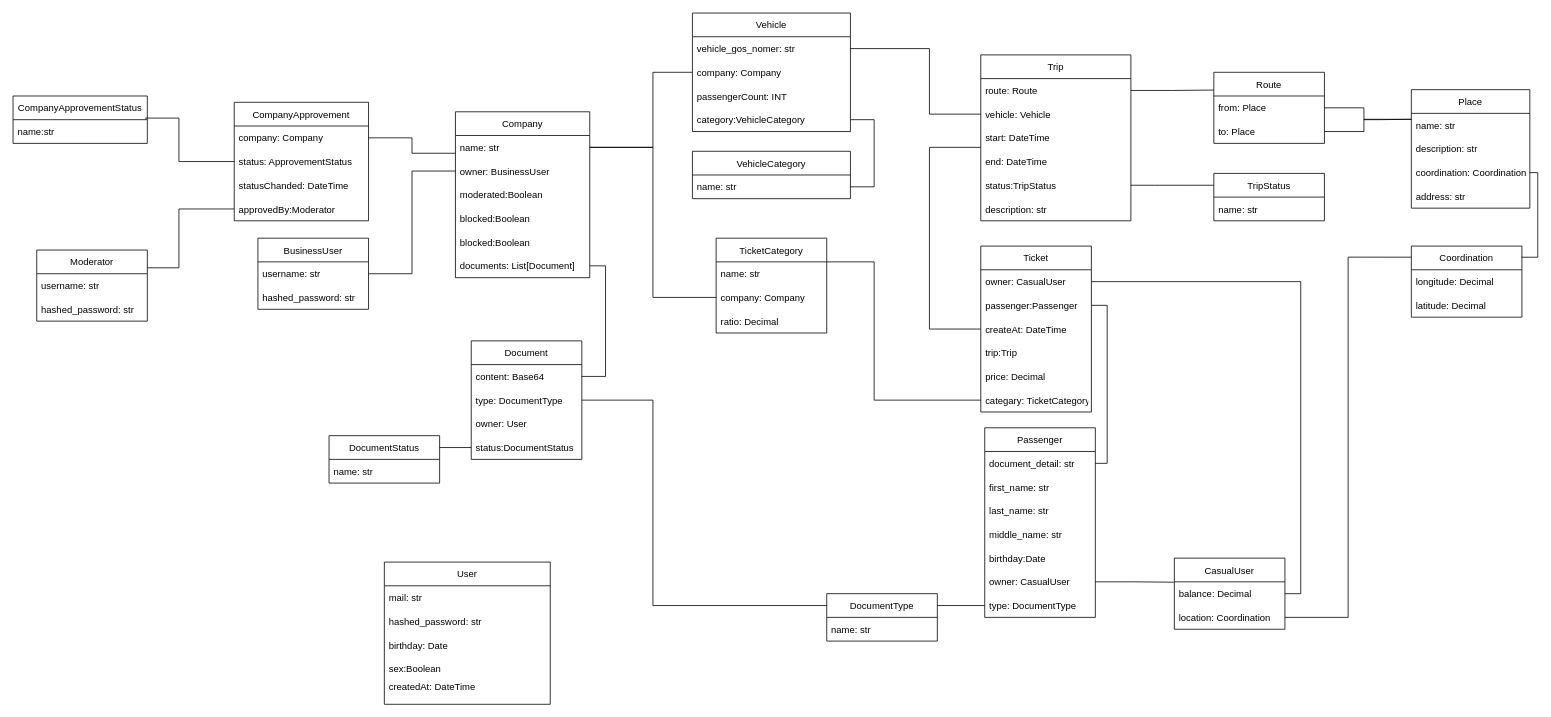
Before: VehicleAggModels.drawio in vehicle-aggregator/docs, a draw.io diagram. Source tidied: cells renumbered, new cells numbered last; positions are measured from the earlier drawing's top-left corner, leaving out a move shared by most shapes. Both pictures are drawn from the tidied source at 79%, with x=0, y=0 at pixel (13, 13).
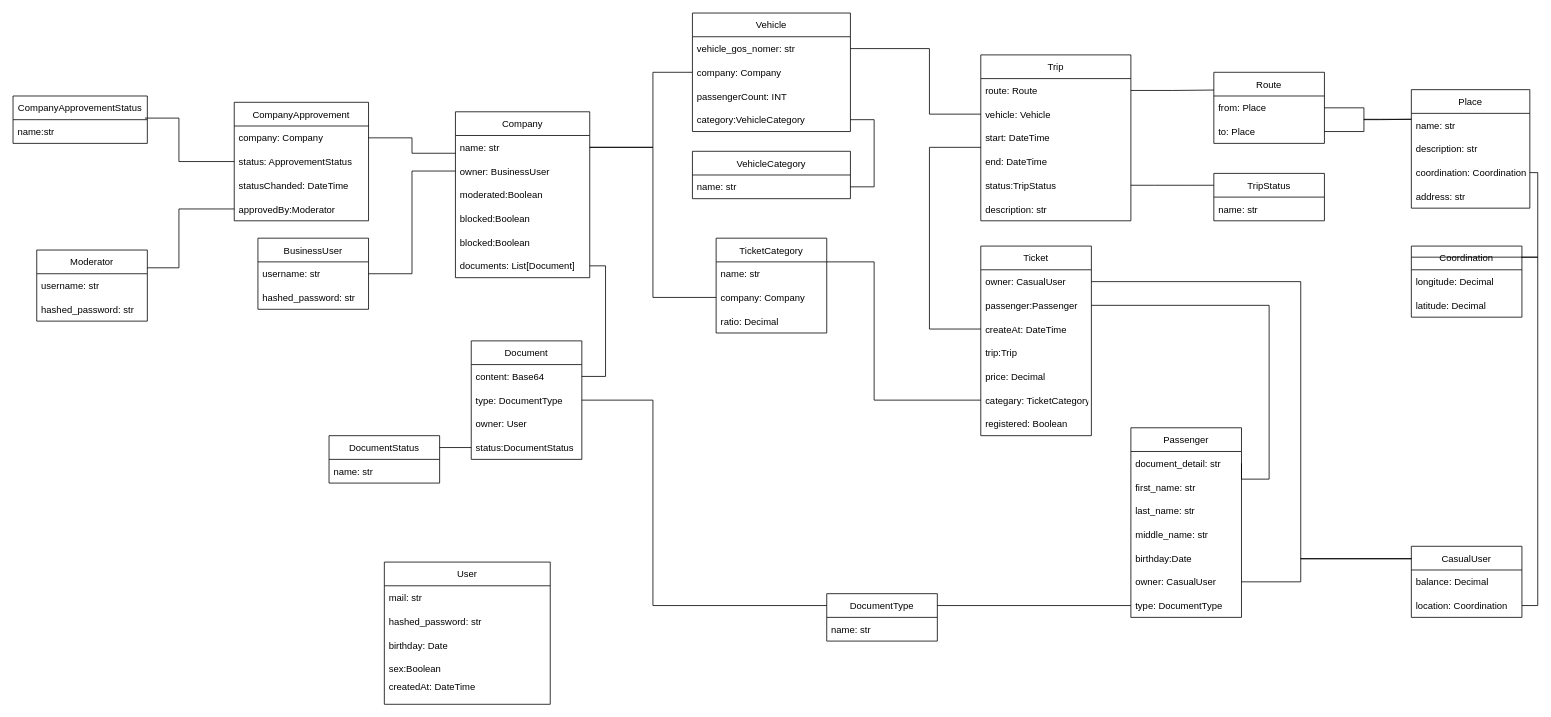
The same diagram, later.

Commit message:
Added registration to the tips (drawio)

Unchanged cells that the change refers to:
```xml
<mxCell id="55" value="balance: Decimal" style="text;strokeColor=none;fillColor=none;align=left;verticalAlign=middle;spacingLeft=4;spacingRight=4;overflow=hidden;points=[[0,0.5],[1,0.5]];portConstraint=eastwest;" parent="54" vertex="1">
  <mxGeometry y="30" width="140" height="30" as="geometry" />
</mxCell>
<mxCell id="56" value="location: Coordination" style="text;strokeColor=none;fillColor=none;align=left;verticalAlign=middle;spacingLeft=4;spacingRight=4;overflow=hidden;points=[[0,0.5],[1,0.5]];portConstraint=eastwest;" parent="54" vertex="1">
  <mxGeometry y="60" width="140" height="30" as="geometry" />
</mxCell>
<mxCell id="61" value="owner: CasualUser" style="text;strokeColor=none;fillColor=none;align=left;verticalAlign=middle;spacingLeft=4;spacingRight=4;overflow=hidden;points=[[0,0.5],[1,0.5]];portConstraint=eastwest;" parent="60" vertex="1">
  <mxGeometry y="30" width="140" height="30" as="geometry" />
</mxCell>
<mxCell id="62" value="passenger:Passenger" style="text;strokeColor=none;fillColor=none;align=left;verticalAlign=middle;spacingLeft=4;spacingRight=4;overflow=hidden;points=[[0,0.5],[1,0.5]];portConstraint=eastwest;" parent="60" vertex="1">
  <mxGeometry y="60" width="140" height="30" as="geometry" />
</mxCell>
<mxCell id="94" value="document_detail: str " style="text;strokeColor=none;fillColor=none;align=left;verticalAlign=middle;spacingLeft=4;spacingRight=4;overflow=hidden;points=[[0,0.5],[1,0.5]];portConstraint=eastwest;" parent="93" vertex="1">
  <mxGeometry y="30" width="140" height="30" as="geometry" />
</mxCell>
<mxCell id="99" value="owner: CasualUser" style="text;strokeColor=none;fillColor=none;align=left;verticalAlign=middle;spacingLeft=4;spacingRight=4;overflow=hidden;points=[[0,0.5],[1,0.5]];portConstraint=eastwest;" parent="93" vertex="1">
  <mxGeometry y="180" width="140" height="30" as="geometry" />
</mxCell>
<mxCell id="102" value="Coordination" style="swimlane;fontStyle=0;horizontal=1;startSize=30;" parent="1" vertex="1">
  <mxGeometry x="1770" y="295" width="140" height="90" as="geometry" />
</mxCell>
```

What changed in the source:
```diff
@@
     <mxCell id="54" value="CasualUser" style="swimlane;fontStyle=0;horizontal=1;startSize=30;" parent="1" vertex="1">
-      <mxGeometry x="1470" y="690" width="140" height="90" as="geometry" />
+      <mxGeometry x="1770" y="675" width="140" height="90" as="geometry" />
     </mxCell>
@@
     <mxCell id="60" value="Ticket" style="swimlane;fontStyle=0;horizontal=1;startSize=30;" parent="1" vertex="1">
-      <mxGeometry x="1225" y="295" width="140" height="210" as="geometry" />
+      <mxGeometry x="1225" y="295" width="140" height="240" as="geometry" />
     </mxCell>
@@
+    <mxCell id="109" value="registered: Boolean" style="text;strokeColor=none;fillColor=none;align=left;verticalAlign=middle;spacingLeft=4;spacingRight=4;overflow=hidden;" parent="60" vertex="1">
+      <mxGeometry y="210" width="140" height="30" as="geometry" />
+    </mxCell>
@@
     <mxCell id="93" value="Passenger" style="swimlane;fontStyle=0;horizontal=1;startSize=30;" parent="1" vertex="1">
-      <mxGeometry x="1230" y="525" width="140" height="240" as="geometry" />
+      <mxGeometry x="1415" y="525" width="140" height="240" as="geometry" />
     </mxCell>
@@
-    <mxCell id="101" style="edgeStyle=orthogonalEdgeStyle;rounded=0;jettySize=auto;html=1;entryX=-0.004;entryY=0.016;entryDx=0;entryDy=0;entryPerimeter=0;endArrow=none;endFill=0;" parent="1" edge="1" source="99" target="55">
+    <mxCell id="101" style="edgeStyle=orthogonalEdgeStyle;rounded=0;jettySize=auto;html=1;entryX=0.003;entryY=0.172;entryDx=0;entryDy=0;entryPerimeter=0;endArrow=none;endFill=0;exitX=1;exitY=0.5;exitDx=0;exitDy=0;" parent="1" edge="1" source="99" target="54">
       <mxGeometry relative="1" as="geometry">
         <Array as="points">
-          <mxPoint x="1420" y="720" />
-          <mxPoint x="1420" y="721" />
+          <mxPoint x="1630" y="720" />
+          <mxPoint x="1630" y="691" />
         </Array>
       </mxGeometry>
     </mxCell>
@@
-    <mxCell id="106" style="edgeStyle=orthogonalEdgeStyle;rounded=0;jettySize=auto;html=1;entryX=1;entryY=0.5;entryDx=0;entryDy=0;exitX=1;exitY=0.5;exitDx=0;exitDy=0;endArrow=none;endFill=0;" parent="1" edge="1" source="61" target="55">
+    <mxCell id="106" style="edgeStyle=orthogonalEdgeStyle;rounded=0;jettySize=auto;html=1;entryX=-0.001;entryY=0.178;entryDx=0;entryDy=0;exitX=1;exitY=0.5;exitDx=0;exitDy=0;endArrow=none;endFill=0;entryPerimeter=0;" parent="1" edge="1" source="61" target="54">
       <mxGeometry relative="1" as="geometry">
         <Array as="points">
           <mxPoint x="1630" y="340" />
-          <mxPoint x="1630" y="735" />
+          <mxPoint x="1630" y="691" />
         </Array>
       </mxGeometry>
     </mxCell>
     <mxCell id="107" style="edgeStyle=orthogonalEdgeStyle;rounded=0;jettySize=auto;html=1;entryX=1;entryY=0.5;entryDx=0;entryDy=0;exitX=1;exitY=0.5;exitDx=0;exitDy=0;endArrow=none;endFill=0;" parent="1" edge="1" source="62" target="94">
       <mxGeometry relative="1" as="geometry">
         <Array as="points">
-          <mxPoint x="1385" y="370" />
-          <mxPoint x="1385" y="570" />
+          <mxPoint x="1590" y="370" />
+          <mxPoint x="1590" y="590" />
         </Array>
       </mxGeometry>
     </mxCell>
     <mxCell id="108" style="edgeStyle=orthogonalEdgeStyle;rounded=0;jettySize=auto;html=1;entryX=0;entryY=0.156;entryDx=0;entryDy=0;entryPerimeter=0;endArrow=none;endFill=0;" parent="1" edge="1" source="56" target="102">
-      <mxGeometry relative="1" as="geometry" />
+      <mxGeometry relative="1" as="geometry">
+        <Array as="points">
+          <mxPoint x="1930" y="750" />
+          <mxPoint x="1930" y="309" />
+        </Array>
+      </mxGeometry>
     </mxCell>
```
